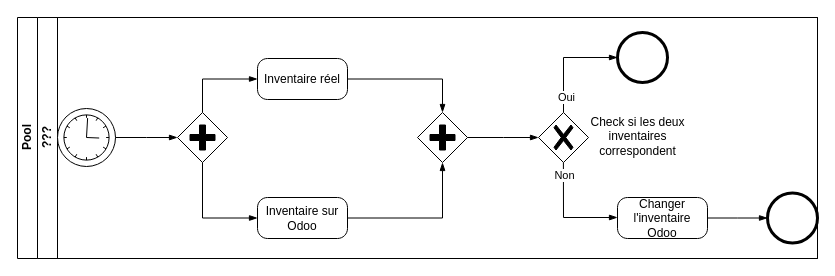
Above: Inventaire.drawio in quemet/Draw.io (draw.io), before the change. Source tidied: cells renumbered, new cells numbered last; positions are measured from the earlier drawing's top-left corner, leaving out a move shared by most shapes. Both pictures are drawn from the tidied source at 100%, with x=0, y=0 at pixel (17, 17).
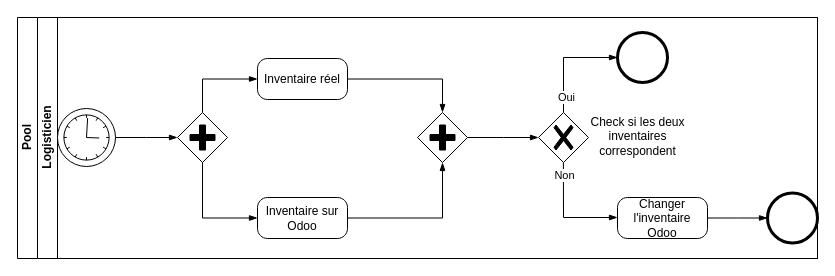
The same page after the edit.

Commit message (it also covers changes not shown here):
Mettre à jour Inventaire.drawio

Unchanged cells that the change refers to:
```xml
<mxCell id="2" value="Pool" style="swimlane;html=1;horizontal=0;startSize=20;whiteSpace=wrap;" parent="1" vertex="1">
  <mxGeometry width="800" height="241" as="geometry" />
</mxCell>
```

Diff of the diagram source:
```diff
@@
-    <mxCell id="3" value="???" style="swimlane;html=1;startSize=20;horizontal=0;" parent="2" vertex="1">
+    <mxCell id="3" value="Logisticien" style="swimlane;html=1;startSize=20;horizontal=0;" parent="2" vertex="1">
       <mxGeometry x="20" width="780" height="241" as="geometry" />
     </mxCell>
```
